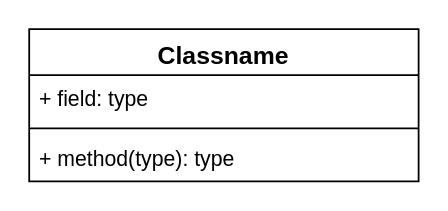
dnavarrom/mtig-blockchain-taller keeps this draw.io diagram as page "Smart Contract" (2 of 2) of arquitectura_overview.drawio. Above is the earlier version. Source tidied: cells renumbered, new cells numbered last; positions are measured from the earlier drawing's top-left corner, leaving out a move shared by most shapes. Both pictures are drawn from the tidied source at 177%, with x=0, y=0 at pixel (28, 28).
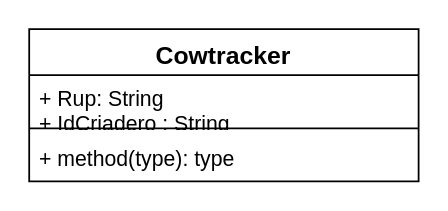
Above is the later version.

The edit, as a diff of the source:
```diff
@@
 <mxGraphModel>
   <root>
     <mxCell id="0" />
     <mxCell id="1" parent="0" />
-    <mxCell id="2" value="Classname" style="swimlane;fontStyle=1;align=center;verticalAlign=top;horizontal=1;startSize=26;fontSize=14;" parent="1" vertex="1">
+    <mxCell id="2" value="Cowtracker" style="swimlane;fontStyle=1;align=center;verticalAlign=top;horizontal=1;startSize=26;fontSize=14;" parent="1" vertex="1">
       <mxGeometry width="220" height="86" as="geometry" />
     </mxCell>
-    <mxCell id="3" value="+ field: type" style="text;strokeColor=none;fillColor=none;align=left;verticalAlign=top;spacingLeft=4;spacingRight=4;overflow=hidden;" parent="2" vertex="1">
+    <mxCell id="3" value="+ Rup: String&#10;+ IdCriadero : String&#10;" style="text;strokeColor=none;fillColor=none;align=left;verticalAlign=top;spacingLeft=4;spacingRight=4;overflow=hidden;" parent="2" vertex="1">
       <mxGeometry y="26" width="220" height="26" as="geometry" />
     </mxCell>
     <mxCell id="4" style="line;strokeWidth=1;fillColor=none;align=left;verticalAlign=middle;spacingTop=-1;spacingLeft=3;spacingRight=3;labelPosition=right;" parent="2" vertex="1">
       <mxGeometry y="52" width="220" height="8" as="geometry" />
     </mxCell>
     <mxCell id="5" value="+ method(type): type" style="text;strokeColor=none;fillColor=none;align=left;verticalAlign=top;spacingLeft=4;spacingRight=4;overflow=hidden;" parent="2" vertex="1">
       <mxGeometry y="60" width="220" height="26" as="geometry" />
     </mxCell>
   </root>
 </mxGraphModel>
```
